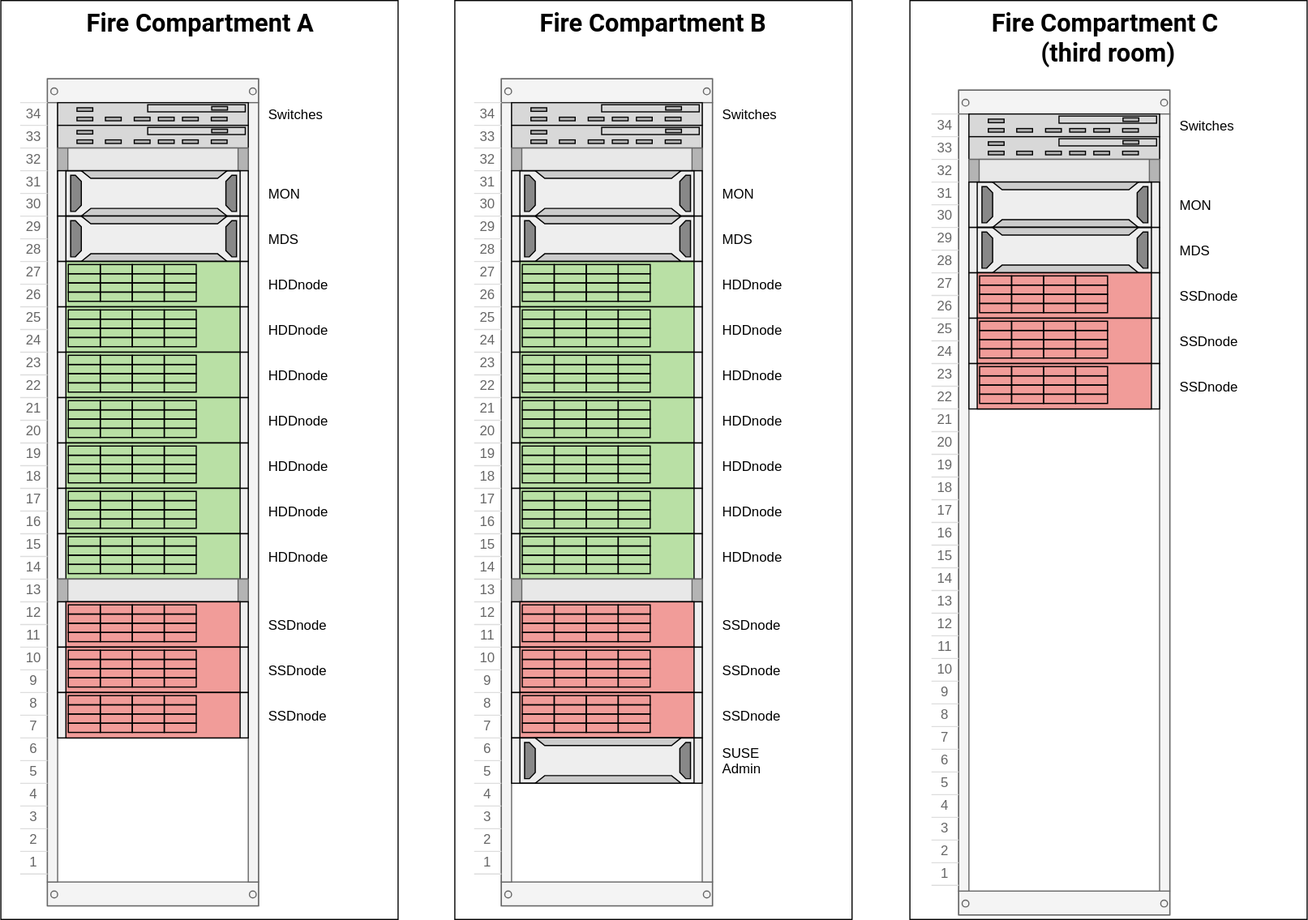
This is images/fc-ceph-EC+3xReplication-color.svg from dalgaaf/SUSECon-2017, a draw.io export, as it was before one commit. Source tidied: cells renumbered, new cells last; positions are measured from the earlier drawing's top-left corner, leaving out a move shared by most shapes.
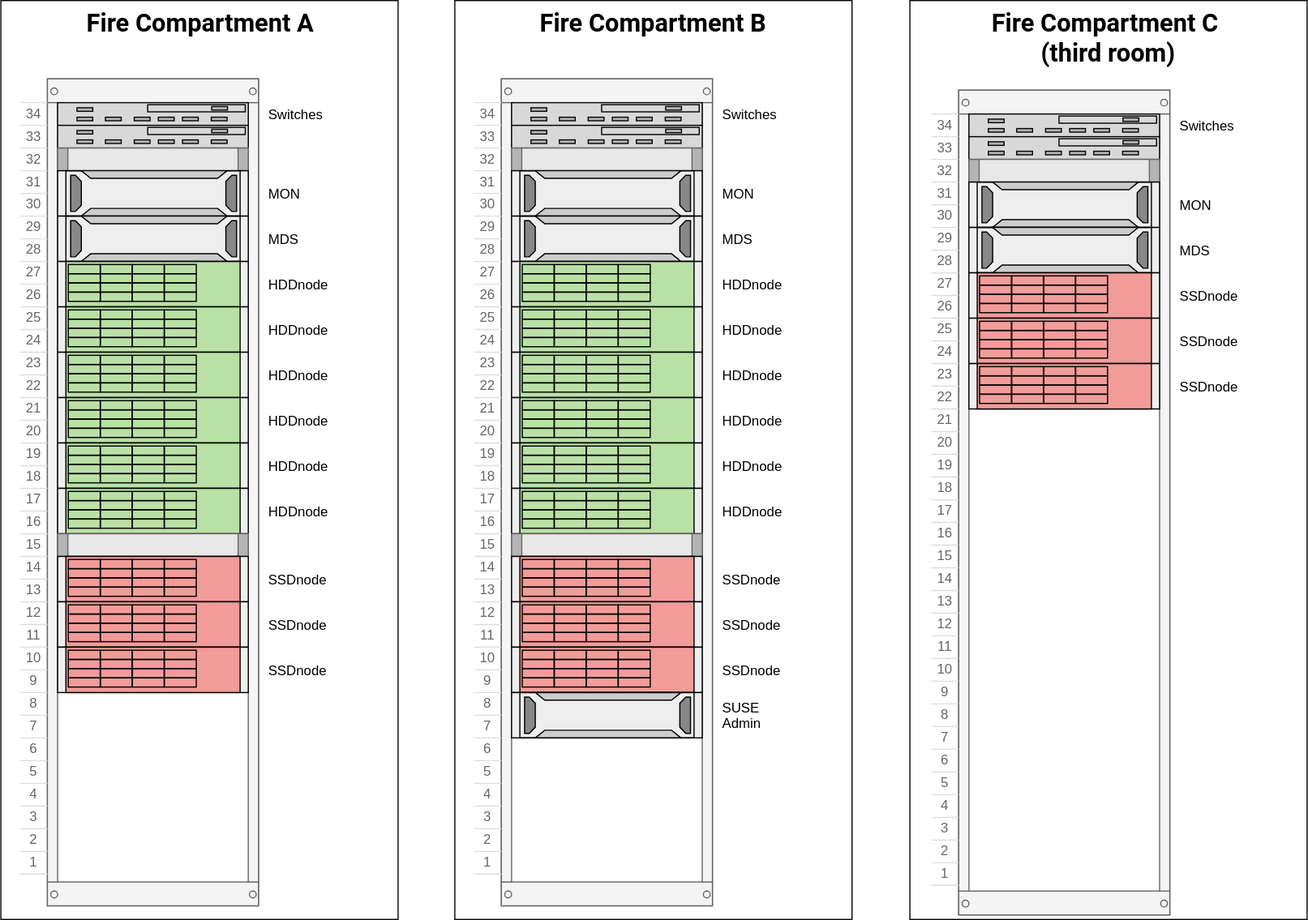
Later version of the same file.

Commit message:
fix SVG, 6 HDD nodes per rack

What changed in the source:
```diff
@@ -41,20 +41,17 @@
     <mxCell id="14" value="HDDnode" style="shape=(stored shape, 352 characters);html=1;labelPosition=right;align=left;spacingLeft=15;dashed=0;shadow=0;fillColor=#cdeb8b;strokeColor=#36393d;" parent="3" vertex="1">
       <mxGeometry x="33" y="361" width="168" height="40" as="geometry" />
     </mxCell>
-    <mxCell id="15" value="HDDnode" style="shape=(stored shape, 352 characters);html=1;labelPosition=right;align=left;spacingLeft=15;dashed=0;shadow=0;fillColor=#cdeb8b;strokeColor=#36393d;" parent="3" vertex="1">
-      <mxGeometry x="33" y="401" width="168" height="40" as="geometry" />
-    </mxCell>
     <mxCell id="16" style="strokeColor=#666666;html=1;labelPosition=right;align=left;spacingLeft=15;shadow=0;dashed=0;fillColor=#ffffff;shape=mxgraph.rackGeneral.plate;fillColor=#e8e8e8;" parent="3" vertex="1">
-      <mxGeometry x="33" y="441" width="168" height="20" as="geometry" />
+      <mxGeometry x="33" y="401" width="168" height="20" as="geometry" />
     </mxCell>
     <mxCell id="17" value="SSDnode" style="shape=(stored shape, 352 characters);html=1;labelPosition=right;align=left;spacingLeft=15;dashed=0;shadow=0;fillColor=#ffcccc;strokeColor=#36393d;" parent="3" vertex="1">
-      <mxGeometry x="33" y="461" width="168" height="40" as="geometry" />
+      <mxGeometry x="33" y="421" width="168" height="40" as="geometry" />
     </mxCell>
     <mxCell id="18" value="SSDnode" style="shape=(stored shape, 352 characters);html=1;labelPosition=right;align=left;spacingLeft=15;dashed=0;shadow=0;fillColor=#ffcccc;strokeColor=#36393d;" parent="3" vertex="1">
-      <mxGeometry x="33" y="501" width="168" height="40" as="geometry" />
+      <mxGeometry x="33" y="461" width="168" height="40" as="geometry" />
     </mxCell>
     <mxCell id="19" value="SSDnode" style="shape=(stored shape, 352 characters);html=1;labelPosition=right;align=left;spacingLeft=15;dashed=0;shadow=0;fillColor=#ffcccc;strokeColor=#36393d;" parent="3" vertex="1">
-      <mxGeometry x="33" y="541" width="168" height="40" as="geometry" />
+      <mxGeometry x="33" y="501" width="168" height="40" as="geometry" />
     </mxCell>
     <mxCell id="20" value="&lt;div style=&quot;text-align: left&quot;&gt;&lt;span&gt;&lt;font face=&quot;Roboto&quot; style=&quot;font-size: 22px&quot;&gt;&lt;b&gt;Fire Compartment B&lt;/b&gt;&lt;/font&gt;&lt;/span&gt;&lt;/div&gt;" style="rounded=0;whiteSpace=wrap;html=1;verticalAlign=top;align=center;" parent="1" vertex="1">
       <mxGeometry x="400" width="350" height="810" as="geometry" />
@@ -95,23 +92,20 @@
     <mxCell id="32" value="HDDnode" style="shape=(stored shape, 352 characters);html=1;labelPosition=right;align=left;spacingLeft=15;dashed=0;shadow=0;fillColor=#cdeb8b;strokeColor=#36393d;" parent="21" vertex="1">
       <mxGeometry x="33" y="361" width="168" height="40" as="geometry" />
     </mxCell>
-    <mxCell id="33" value="HDDnode" style="shape=(stored shape, 352 characters);html=1;labelPosition=right;align=left;spacingLeft=15;dashed=0;shadow=0;fillColor=#cdeb8b;strokeColor=#36393d;" parent="21" vertex="1">
-      <mxGeometry x="33" y="401" width="168" height="40" as="geometry" />
-    </mxCell>
     <mxCell id="34" style="strokeColor=#666666;html=1;labelPosition=right;align=left;spacingLeft=15;shadow=0;dashed=0;fillColor=#ffffff;shape=mxgraph.rackGeneral.plate;fillColor=#e8e8e8;" parent="21" vertex="1">
-      <mxGeometry x="33" y="441" width="168" height="20" as="geometry" />
+      <mxGeometry x="33" y="401" width="168" height="20" as="geometry" />
     </mxCell>
     <mxCell id="35" value="SSDnode" style="shape=(stored shape, 352 characters);html=1;labelPosition=right;align=left;spacingLeft=15;dashed=0;shadow=0;fillColor=#ffcccc;strokeColor=#36393d;" parent="21" vertex="1">
-      <mxGeometry x="33" y="461" width="168" height="40" as="geometry" />
+      <mxGeometry x="33" y="421" width="168" height="40" as="geometry" />
     </mxCell>
     <mxCell id="36" value="SSDnode" style="shape=(stored shape, 352 characters);html=1;labelPosition=right;align=left;spacingLeft=15;dashed=0;shadow=0;fillColor=#ffcccc;strokeColor=#36393d;" parent="21" vertex="1">
-      <mxGeometry x="33" y="501" width="168" height="40" as="geometry" />
+      <mxGeometry x="33" y="461" width="168" height="40" as="geometry" />
     </mxCell>
     <mxCell id="37" value="SSDnode" style="shape=(stored shape, 352 characters);html=1;labelPosition=right;align=left;spacingLeft=15;dashed=0;shadow=0;fillColor=#ffcccc;strokeColor=#36393d;" parent="21" vertex="1">
-      <mxGeometry x="33" y="541" width="168" height="40" as="geometry" />
+      <mxGeometry x="33" y="501" width="168" height="40" as="geometry" />
     </mxCell>
     <mxCell id="38" value="SUSE&lt;div&gt;Admin&lt;/div&gt;" style="shape=mxgraph.rack.hp.hp_proliant_dl380e_g8;html=1;labelPosition=right;align=left;spacingLeft=15;dashed=0;shadow=0;fillColor=#ffffff;" parent="21" vertex="1">
-      <mxGeometry x="33" y="581" width="168" height="40" as="geometry" />
+      <mxGeometry x="33" y="541" width="168" height="40" as="geometry" />
     </mxCell>
     <mxCell id="39" value="&lt;div style=&quot;text-align: center&quot;&gt;&lt;span&gt;&lt;font face=&quot;Roboto&quot; style=&quot;font-size: 22px&quot;&gt;&lt;b&gt;Fire Compartment C&amp;nbsp;&lt;/b&gt;&lt;/font&gt;&lt;/span&gt;&lt;/div&gt;&lt;div style=&quot;text-align: center&quot;&gt;&lt;span&gt;&lt;font face=&quot;Roboto&quot; style=&quot;font-size: 22px&quot;&gt;&lt;b&gt;(third room)&lt;/b&gt;&lt;/font&gt;&lt;/span&gt;&lt;/div&gt;" style="rounded=0;whiteSpace=wrap;html=1;verticalAlign=top;align=center;" parent="1" vertex="1">
       <mxGeometry x="801" width="350" height="810" as="geometry" />
```
